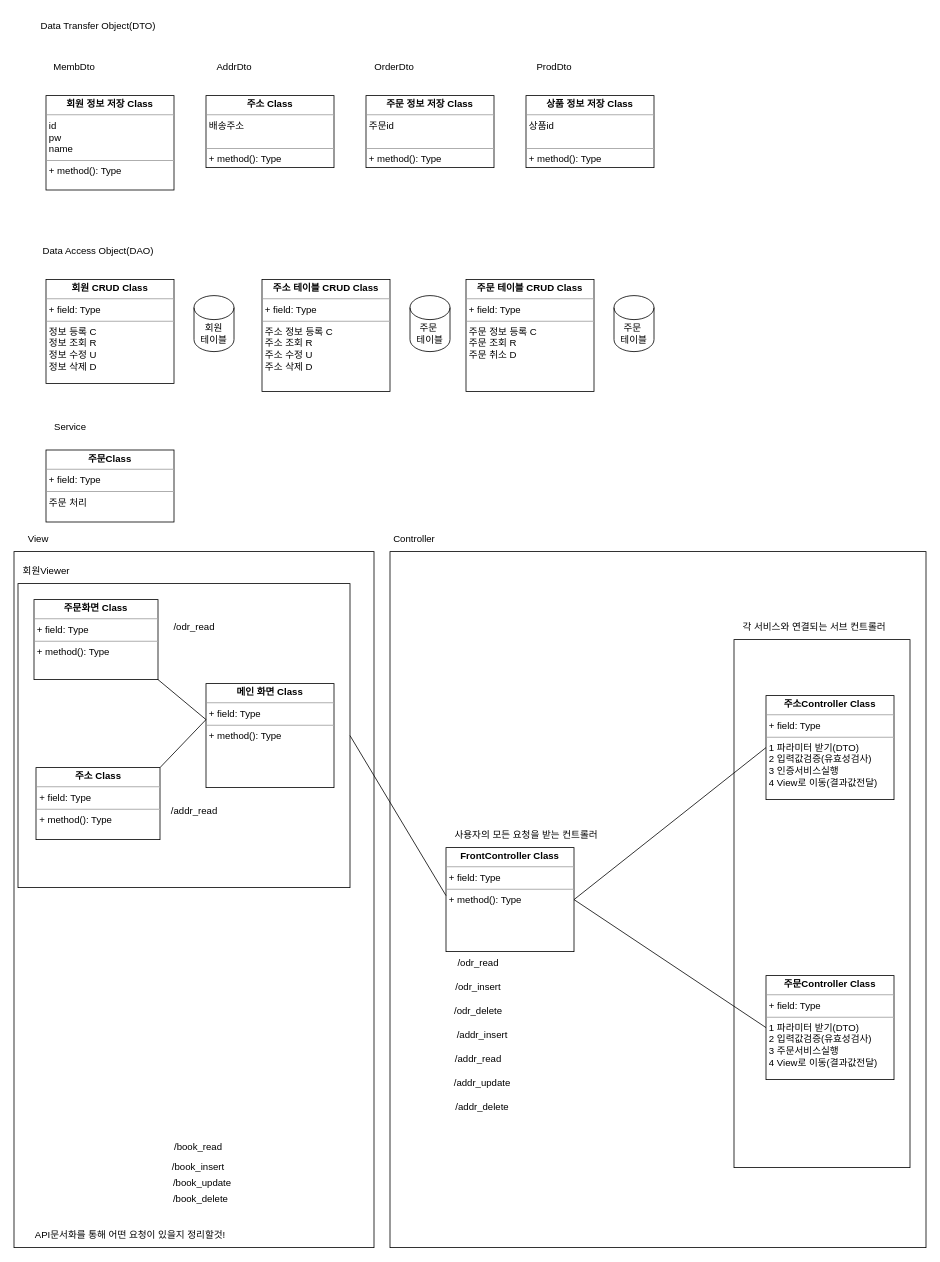
jaemin94/Team_Project keeps this draw.io diagram as page "ClassDiagram" (5 of 8) of 06-23_평가_수정.drawio. Above is the earlier version. Source tidied: cells renumbered, new cells numbered last; positions are measured from the earlier drawing's top-left corner, leaving out a move shared by most shapes. Both pictures are drawn from the tidied source at 80%, with x=0, y=0 at pixel (14, 14).
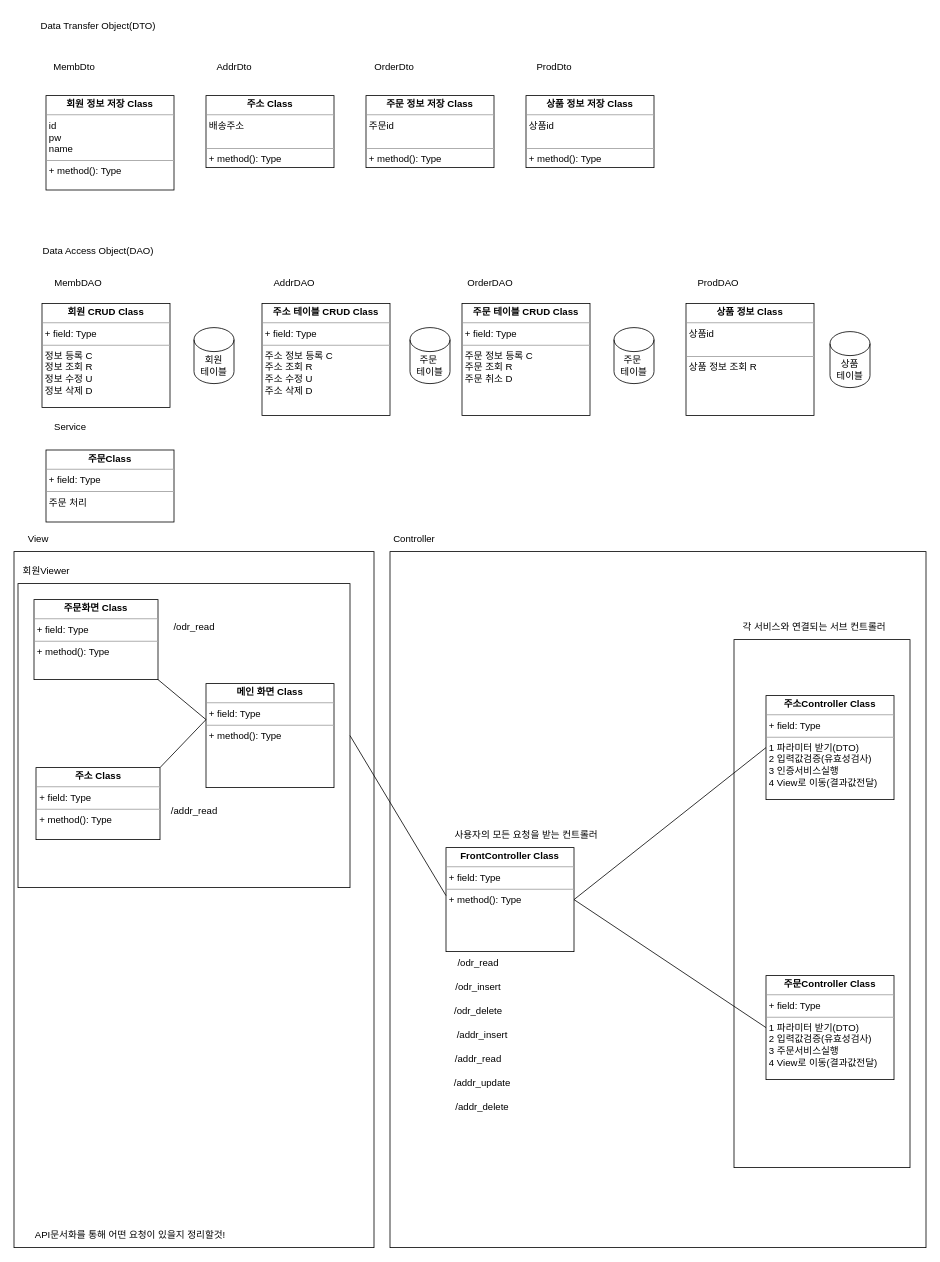
The same page after the edit.

The edit, as a diff of the source:
```diff
@@
     <mxCell id="12" value="&lt;p style=&quot;margin:0px;margin-top:4px;text-align:center;&quot;&gt;&lt;b&gt;회원 CRUD Class&lt;/b&gt;&lt;/p&gt;&lt;hr size=&quot;1&quot;&gt;&lt;p style=&quot;margin:0px;margin-left:4px;&quot;&gt;+ field: Type&lt;/p&gt;&lt;hr size=&quot;1&quot;&gt;&lt;p style=&quot;margin:0px;margin-left:4px;&quot;&gt;정보 등록 C&lt;/p&gt;&lt;p style=&quot;margin:0px;margin-left:4px;&quot;&gt;정보 조회 R&lt;/p&gt;&lt;p style=&quot;margin:0px;margin-left:4px;&quot;&gt;정보 수정 U&lt;/p&gt;&lt;p style=&quot;margin:0px;margin-left:4px;&quot;&gt;정보 삭제 D&lt;/p&gt;" style="verticalAlign=top;align=left;overflow=fill;fontSize=12;fontFamily=Helvetica;html=1;whiteSpace=wrap;" parent="1" vertex="1">
-      <mxGeometry x="40" y="332" width="160" height="130" as="geometry" />
+      <mxGeometry x="35" y="362" width="160" height="130" as="geometry" />
     </mxCell>
     <mxCell id="13" value="회원&lt;br&gt;테이블" style="shape=cylinder3;whiteSpace=wrap;html=1;boundedLbl=1;backgroundOutline=1;size=15;" parent="1" vertex="1">
-      <mxGeometry x="225" y="352" width="50" height="70" as="geometry" />
+      <mxGeometry x="225" y="392" width="50" height="70" as="geometry" />
     </mxCell>
     <mxCell id="14" value="&lt;p style=&quot;margin:0px;margin-top:4px;text-align:center;&quot;&gt;&lt;b&gt;주소 테이블 CRUD Class&lt;/b&gt;&lt;/p&gt;&lt;hr size=&quot;1&quot;&gt;&lt;p style=&quot;margin:0px;margin-left:4px;&quot;&gt;+ field: Type&lt;/p&gt;&lt;hr size=&quot;1&quot;&gt;&lt;p style=&quot;margin:0px;margin-left:4px;&quot;&gt;주소 정보 등록 C&lt;/p&gt;&lt;p style=&quot;margin:0px;margin-left:4px;&quot;&gt;주소 조회 R&lt;/p&gt;&lt;p style=&quot;margin:0px;margin-left:4px;&quot;&gt;주소 수정 U&lt;/p&gt;&lt;p style=&quot;margin:0px;margin-left:4px;&quot;&gt;주소 삭제 D&lt;/p&gt;&lt;p style=&quot;margin:0px;margin-left:4px;&quot;&gt;&lt;br&gt;&lt;/p&gt;" style="verticalAlign=top;align=left;overflow=fill;fontSize=12;fontFamily=Helvetica;html=1;whiteSpace=wrap;" parent="1" vertex="1">
-      <mxGeometry x="310" y="332" width="160" height="140" as="geometry" />
+      <mxGeometry x="310" y="362" width="160" height="140" as="geometry" />
     </mxCell>
     <mxCell id="15" value="주문&amp;nbsp;&lt;br&gt;테이블" style="shape=cylinder3;whiteSpace=wrap;html=1;boundedLbl=1;backgroundOutline=1;size=15;" parent="1" vertex="1">
-      <mxGeometry x="495" y="352" width="50" height="70" as="geometry" />
+      <mxGeometry x="495" y="392" width="50" height="70" as="geometry" />
     </mxCell>
     <mxCell id="16" value="&lt;p style=&quot;margin:0px;margin-top:4px;text-align:center;&quot;&gt;&lt;b&gt;주문 테이블 CRUD Class&lt;/b&gt;&lt;/p&gt;&lt;hr size=&quot;1&quot;&gt;&lt;p style=&quot;margin:0px;margin-left:4px;&quot;&gt;+ field: Type&lt;/p&gt;&lt;hr size=&quot;1&quot;&gt;&lt;p style=&quot;margin:0px;margin-left:4px;&quot;&gt;주문 정보 등록 C&lt;/p&gt;&lt;p style=&quot;margin:0px;margin-left:4px;&quot;&gt;주문 조회 R&lt;br&gt;&lt;/p&gt;&lt;p style=&quot;margin:0px;margin-left:4px;&quot;&gt;주문 취소 D&lt;/p&gt;&lt;p style=&quot;margin:0px;margin-left:4px;&quot;&gt;&lt;br&gt;&lt;/p&gt;&lt;p style=&quot;margin:0px;margin-left:4px;&quot;&gt;&lt;br&gt;&lt;/p&gt;" style="verticalAlign=top;align=left;overflow=fill;fontSize=12;fontFamily=Helvetica;html=1;whiteSpace=wrap;" parent="1" vertex="1">
-      <mxGeometry x="565" y="332" width="160" height="140" as="geometry" />
+      <mxGeometry x="560" y="362" width="160" height="140" as="geometry" />
     </mxCell>
     <mxCell id="17" value="주문&amp;nbsp;&lt;br&gt;테이블" style="shape=cylinder3;whiteSpace=wrap;html=1;boundedLbl=1;backgroundOutline=1;size=15;" parent="1" vertex="1">
-      <mxGeometry x="750" y="352" width="50" height="70" as="geometry" />
+      <mxGeometry x="750" y="392" width="50" height="70" as="geometry" />
     </mxCell>
@@
-    <mxCell id="42" value="/book_insert" style="text;html=1;align=center;verticalAlign=middle;strokeColor=none;fillColor=none;" parent="1" vertex="1">
-      <mxGeometry x="185" y="1427" width="90" height="30" as="geometry" />
-    </mxCell>
-    <mxCell id="43" value="/book_update" style="text;html=1;align=center;verticalAlign=middle;strokeColor=none;fillColor=none;" parent="1" vertex="1">
-      <mxGeometry x="185" y="1447" width="100" height="30" as="geometry" />
-    </mxCell>
-    <mxCell id="44" value="/book_delete" style="text;html=1;align=center;verticalAlign=middle;strokeColor=none;fillColor=none;" parent="1" vertex="1">
-      <mxGeometry x="187.5" y="1467" width="90" height="30" as="geometry" />
-    </mxCell>
-    <mxCell id="45" value="/book_read" style="text;html=1;align=center;verticalAlign=middle;strokeColor=none;fillColor=none;" parent="1" vertex="1">
-      <mxGeometry x="190" y="1402" width="80" height="30" as="geometry" />
-    </mxCell>
@@
+    <mxCell id="54" value="MembDAO" style="text;html=1;align=center;verticalAlign=middle;strokeColor=none;fillColor=none;" parent="1" vertex="1">
+      <mxGeometry x="40" y="322" width="80" height="30" as="geometry" />
+    </mxCell>
+    <mxCell id="55" value="AddrDAO" style="text;html=1;align=center;verticalAlign=middle;strokeColor=none;fillColor=none;" parent="1" vertex="1">
+      <mxGeometry x="315" y="322" width="70" height="30" as="geometry" />
+    </mxCell>
+    <mxCell id="56" value="OrderDAO" style="text;html=1;align=center;verticalAlign=middle;strokeColor=none;fillColor=none;" parent="1" vertex="1">
+      <mxGeometry x="555" y="322" width="80" height="30" as="geometry" />
+    </mxCell>
+    <mxCell id="57" value="&lt;p style=&quot;margin:0px;margin-top:4px;text-align:center;&quot;&gt;&lt;b&gt;상품 정보 Class&lt;/b&gt;&lt;/p&gt;&lt;hr size=&quot;1&quot;&gt;&lt;p style=&quot;margin:0px;margin-left:4px;&quot;&gt;상품id&lt;/p&gt;&lt;p style=&quot;margin:0px;margin-left:4px;&quot;&gt;&lt;br&gt;&lt;/p&gt;&lt;hr size=&quot;1&quot;&gt;&lt;p style=&quot;margin:0px;margin-left:4px;&quot;&gt;상품 정보 조회 R&lt;/p&gt;" style="verticalAlign=top;align=left;overflow=fill;fontSize=12;fontFamily=Helvetica;html=1;whiteSpace=wrap;" parent="1" vertex="1">
+      <mxGeometry x="840" y="362" width="160" height="140" as="geometry" />
+    </mxCell>
+    <mxCell id="58" value="상품&lt;br&gt;테이블" style="shape=cylinder3;whiteSpace=wrap;html=1;boundedLbl=1;backgroundOutline=1;size=15;" parent="1" vertex="1">
+      <mxGeometry x="1020" y="397" width="50" height="70" as="geometry" />
+    </mxCell>
+    <mxCell id="59" value="ProdDAO" style="text;html=1;align=center;verticalAlign=middle;strokeColor=none;fillColor=none;" parent="1" vertex="1">
+      <mxGeometry x="845" y="322" width="70" height="30" as="geometry" />
+    </mxCell>
```
